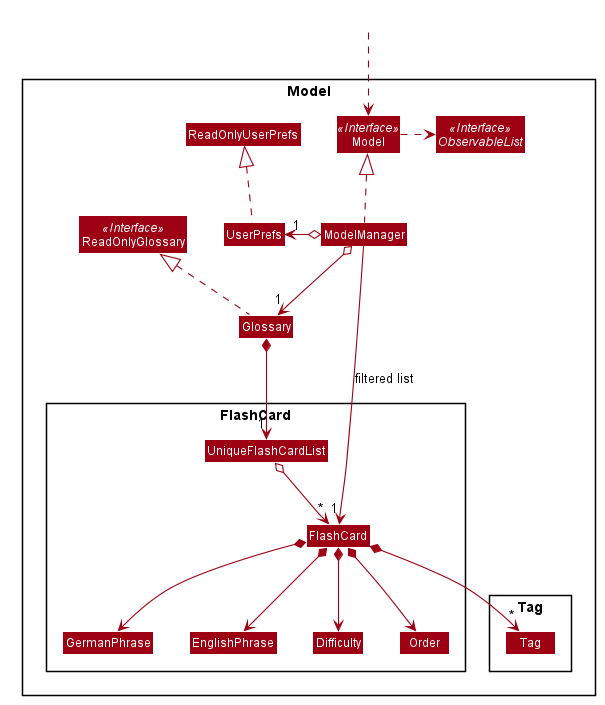
The PlantUML diagram docs/images/ModelClassDiagram.png in zhizhizhizhizhi/tp, before a commit.
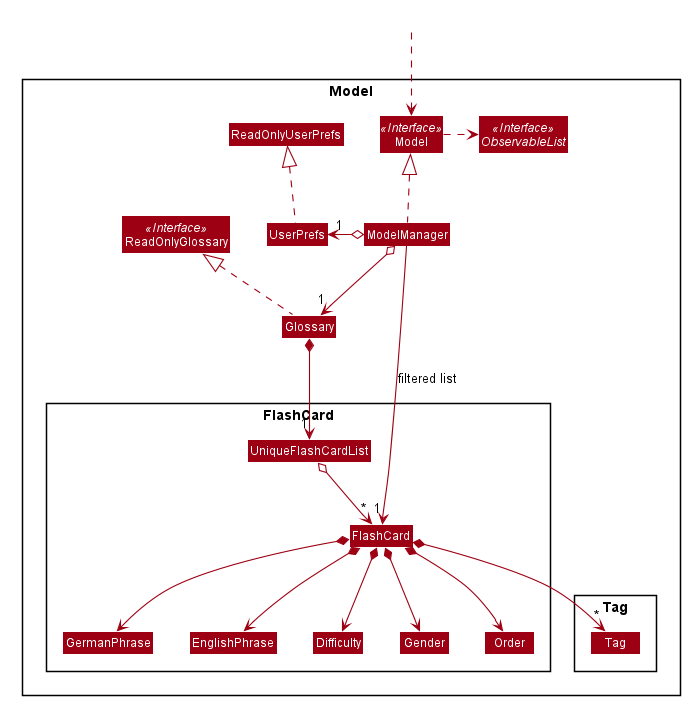
Above is the later version.

Commit message:
Edit AddSequenceDiagram and ModelClassDiagram

What changed in the source:
```diff
@@ -66,6 +66,7 @@
 Class FlashCard
 Class Order
 Class Difficulty
+Class Gender
 Class GermanPhrase
 Class EnglishPhrase
 Class UniqueFlashCardList
@@ -92,11 +93,13 @@
 FlashCard *--> GermanPhrase
 FlashCard *--> EnglishPhrase
 FlashCard *--> Difficulty
+FlashCard *--> Gender
 FlashCard *--> Order
 FlashCard *--> "*" Tag
 
 GermanPhrase -[hidden]right-> EnglishPhrase
 EnglishPhrase -[hidden]right-> Difficulty
+Difficulty -[hidden]right-> Gender
 
 ModelManager -->"1" FlashCard : filtered list
 @enduml
```
